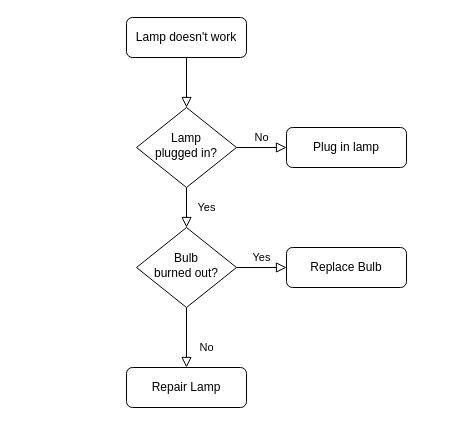
This is Untitled Diagram.drawio from Ltuzhi/diagrams, a draw.io file, before an edit. Source tidied: cells renumbered, new cells numbered last; positions are measured from the earlier drawing's top-left corner, leaving out a move shared by most shapes. Both pictures are drawn from the tidied source at 100%, with x=0, y=0 at pixel (126, 17).
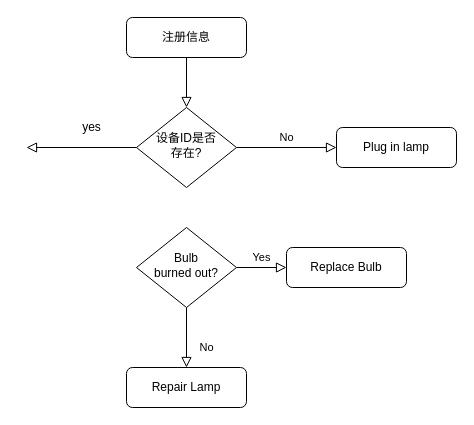
After the change.

Commit message:
注册逻辑判断.drawio

The edit, as a diff of the source:
```diff
@@
 <mxGraphModel>
   <root>
     <mxCell id="0" />
     <mxCell id="1" parent="0" />
     <mxCell id="2" style="rounded=0;html=1;jettySize=auto;fontSize=11;endArrow=block;endFill=0;endSize=8;strokeWidth=1;shadow=0;labelBackgroundColor=none;edgeStyle=orthogonalEdgeStyle;" parent="1" edge="1" source="3" target="6">
       <mxGeometry relative="1" as="geometry" />
     </mxCell>
-    <mxCell id="3" value="Lamp doesn't work" style="rounded=1;whiteSpace=wrap;html=1;fontSize=12;glass=0;strokeWidth=1;shadow=0;" parent="1" vertex="1">
+    <mxCell id="3" value="注册信息" style="rounded=1;whiteSpace=wrap;html=1;fontSize=12;glass=0;strokeWidth=1;shadow=0;" parent="1" vertex="1">
       <mxGeometry width="120" height="40" as="geometry" />
     </mxCell>
-    <mxCell id="4" value="Yes" style="rounded=0;html=1;jettySize=auto;fontSize=11;endArrow=block;endFill=0;endSize=8;strokeWidth=1;shadow=0;labelBackgroundColor=none;edgeStyle=orthogonalEdgeStyle;" parent="1" edge="1" source="6" target="10">
-      <mxGeometry y="20" relative="1" as="geometry" />
-    </mxCell>
     <mxCell id="5" value="No" style="edgeStyle=orthogonalEdgeStyle;rounded=0;html=1;jettySize=auto;fontSize=11;endArrow=block;endFill=0;endSize=8;strokeWidth=1;shadow=0;labelBackgroundColor=none;" parent="1" edge="1" source="6" target="7">
       <mxGeometry y="10" relative="1" as="geometry" />
     </mxCell>
-    <mxCell id="6" value="Lamp&lt;br&gt;plugged in?" style="rhombus;whiteSpace=wrap;html=1;shadow=0;fontFamily=Helvetica;fontSize=12;align=center;strokeWidth=1;spacing=6;spacingTop=-4;" parent="1" vertex="1">
+    <mxCell id="6" value="设备ID是否&lt;br&gt;存在?" style="rhombus;whiteSpace=wrap;html=1;shadow=0;fontFamily=Helvetica;fontSize=12;align=center;strokeWidth=1;spacing=6;spacingTop=-4;" parent="1" vertex="1">
       <mxGeometry x="10" y="90" width="100" height="80" as="geometry" />
     </mxCell>
     <mxCell id="7" value="Plug in lamp" style="rounded=1;whiteSpace=wrap;html=1;fontSize=12;glass=0;strokeWidth=1;shadow=0;" parent="1" vertex="1">
-      <mxGeometry x="160" y="110" width="120" height="40" as="geometry" />
+      <mxGeometry x="210" y="110" width="120" height="40" as="geometry" />
     </mxCell>
     <mxCell id="8" value="No" style="rounded=0;html=1;jettySize=auto;fontSize=11;endArrow=block;endFill=0;endSize=8;strokeWidth=1;shadow=0;labelBackgroundColor=none;edgeStyle=orthogonalEdgeStyle;" parent="1" edge="1" source="10" target="11">
       <mxGeometry x="0.33" y="20" relative="1" as="geometry" />
     </mxCell>
     <mxCell id="9" value="Yes" style="edgeStyle=orthogonalEdgeStyle;rounded=0;html=1;jettySize=auto;fontSize=11;endArrow=block;endFill=0;endSize=8;strokeWidth=1;shadow=0;labelBackgroundColor=none;" parent="1" edge="1" source="10" target="12">
       <mxGeometry y="10" relative="1" as="geometry" />
     </mxCell>
     <mxCell id="10" value="Bulb&lt;br&gt;burned out?" style="rhombus;whiteSpace=wrap;html=1;shadow=0;fontFamily=Helvetica;fontSize=12;align=center;strokeWidth=1;spacing=6;spacingTop=-4;" parent="1" vertex="1">
       <mxGeometry x="10" y="210" width="100" height="80" as="geometry" />
     </mxCell>
     <mxCell id="11" value="Repair Lamp" style="rounded=1;whiteSpace=wrap;html=1;fontSize=12;glass=0;strokeWidth=1;shadow=0;" parent="1" vertex="1">
       <mxGeometry y="350" width="120" height="40" as="geometry" />
     </mxCell>
     <mxCell id="12" value="Replace Bulb" style="rounded=1;whiteSpace=wrap;html=1;fontSize=12;glass=0;strokeWidth=1;shadow=0;" parent="1" vertex="1">
       <mxGeometry x="160" y="230" width="120" height="40" as="geometry" />
     </mxCell>
+    <mxCell id="13" style="rounded=0;html=1;jettySize=auto;fontSize=11;endArrow=block;endFill=0;endSize=8;strokeWidth=1;shadow=0;labelBackgroundColor=none;edgeStyle=orthogonalEdgeStyle;exitX=0;exitY=0.5;exitDx=0;exitDy=0;" parent="1" edge="1" source="6">
+      <mxGeometry y="20" relative="1" as="geometry">
+        <mxPoint x="-100" y="130" as="targetPoint" />
+      </mxGeometry>
+    </mxCell>
+    <mxCell id="14" value="yes" style="text;html=1;align=center;verticalAlign=middle;strokeColor=none;" parent="1" vertex="1">
+      <mxGeometry x="-50" y="100" width="30" height="20" as="geometry" />
+    </mxCell>
   </root>
 </mxGraphModel>
```
